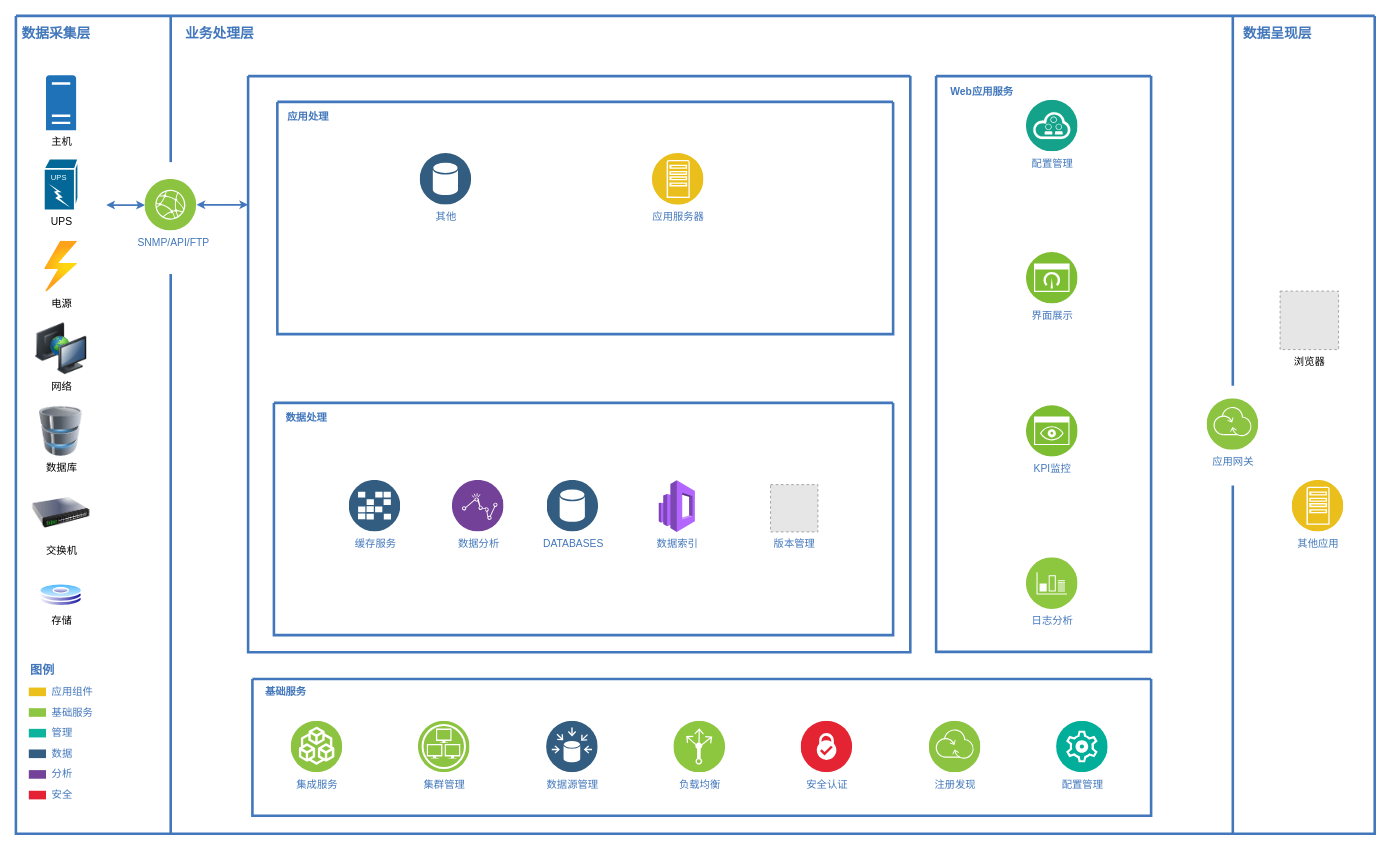
The draw.io diagram diagrams/software.drawio in bobwang1979/solutions, before the edit. Source tidied: cells renumbered, new cells numbered last; positions are measured from the earlier drawing's top-left corner, leaving out a move shared by most shapes. Both pictures are drawn from the tidied source at 86%, with x=0, y=0 at pixel (15, 15). Pictures stored in the file or linked from it are replaced by grey dashed boxes.
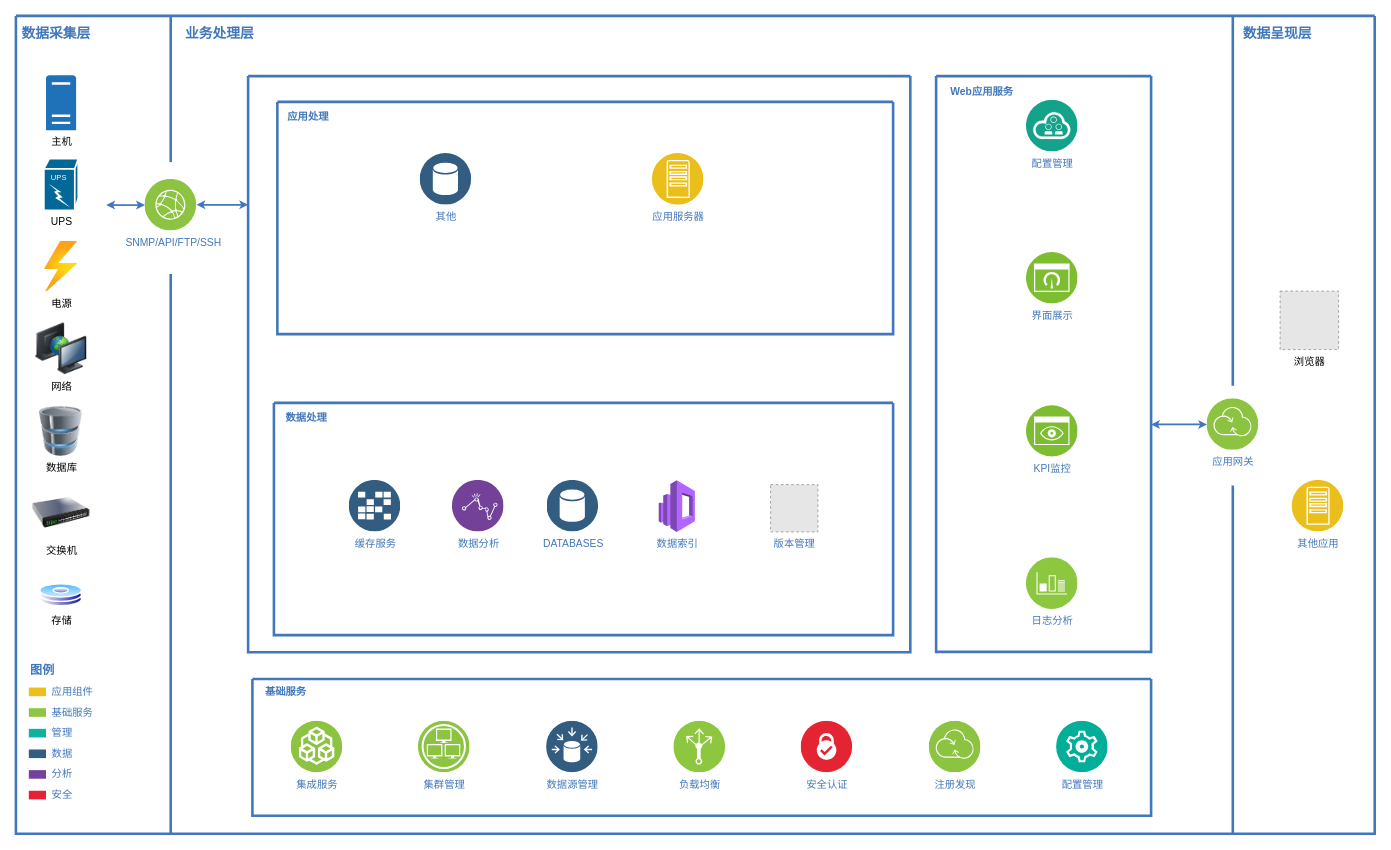
After the change.

The change refers to these unchanged cells:
```xml
<mxCell id="2" style="swimlane;shadow=0;strokeColor=#4277BB;fillColor=#ffffff;fontColor=none;align=right;startSize=0;noLabel=1;strokeWidth=3;" parent="1" vertex="1">
  <mxGeometry width="1580" height="951" as="geometry" />
</mxCell>
<mxCell id="31" value="应用网关" style="perimeter=ellipsePerimeter;html=1;align=center;shadow=0;dashed=0;image;image=img/lib/ibm/infrastructure/transformation_connectivity.svg;labelBackgroundColor=none;strokeColor=#4277BB;strokeWidth=2;fillColor=#E52134;gradientColor=none;fontSize=12;fontColor=#4277BB;" parent="2" vertex="1">
  <mxGeometry x="1385" y="445" width="60" height="60" as="geometry" />
</mxCell>
<mxCell id="43" style="swimlane;shadow=0;labelBackgroundColor=#007FFF;strokeColor=#4277BB;fillColor=none;gradientColor=none;fontColor=#000000;align=right;startSize=0;strokeWidth=3;" parent="2" vertex="1">
  <mxGeometry x="1070" y="70" width="250" height="669.5" as="geometry" />
</mxCell>
```

What changed in the source:
```diff
@@
-    <mxCell id="30" value="&lt;span&gt;SNMP/API/FTP&lt;/span&gt;" style="perimeter=ellipsePerimeter;html=1;align=center;shadow=0;image;image=img/lib/ibm/infrastructure/edge_services.svg;labelBackgroundColor=none;strokeColor=none;strokeWidth=2;fillColor=#808080;gradientColor=none;fontSize=12;fontColor=#4277BB;rounded=0;verticalAlign=top;spacingLeft=5;" parent="2" vertex="1">
+    <mxCell id="30" value="&lt;span&gt;SNMP/API/FTP/SSH&lt;/span&gt;" style="perimeter=ellipsePerimeter;html=1;align=center;shadow=0;image;image=img/lib/ibm/infrastructure/edge_services.svg;labelBackgroundColor=none;strokeColor=none;strokeWidth=2;fillColor=#808080;gradientColor=none;fontSize=12;fontColor=#4277BB;rounded=0;verticalAlign=top;spacingLeft=5;" parent="2" vertex="1">
       <mxGeometry x="150" y="190" width="60" height="60" as="geometry" />
     </mxCell>
@@
+    <mxCell id="59" style="edgeStyle=orthogonalEdgeStyle;rounded=0;html=1;labelBackgroundColor=#ffffff;startArrow=classic;startFill=1;startSize=4;endSize=4;jettySize=auto;strokeColor=#4277BB;strokeWidth=2;fontSize=12;fontColor=#4277BB;exitX=0;exitY=0.5;exitDx=0;exitDy=0;" parent="2" edge="1" source="31" target="43">
+      <mxGeometry relative="1" as="geometry">
+        <Array as="points">
+          <mxPoint x="1330" y="475" />
+          <mxPoint x="1330" y="475" />
+        </Array>
+      </mxGeometry>
+    </mxCell>
```
